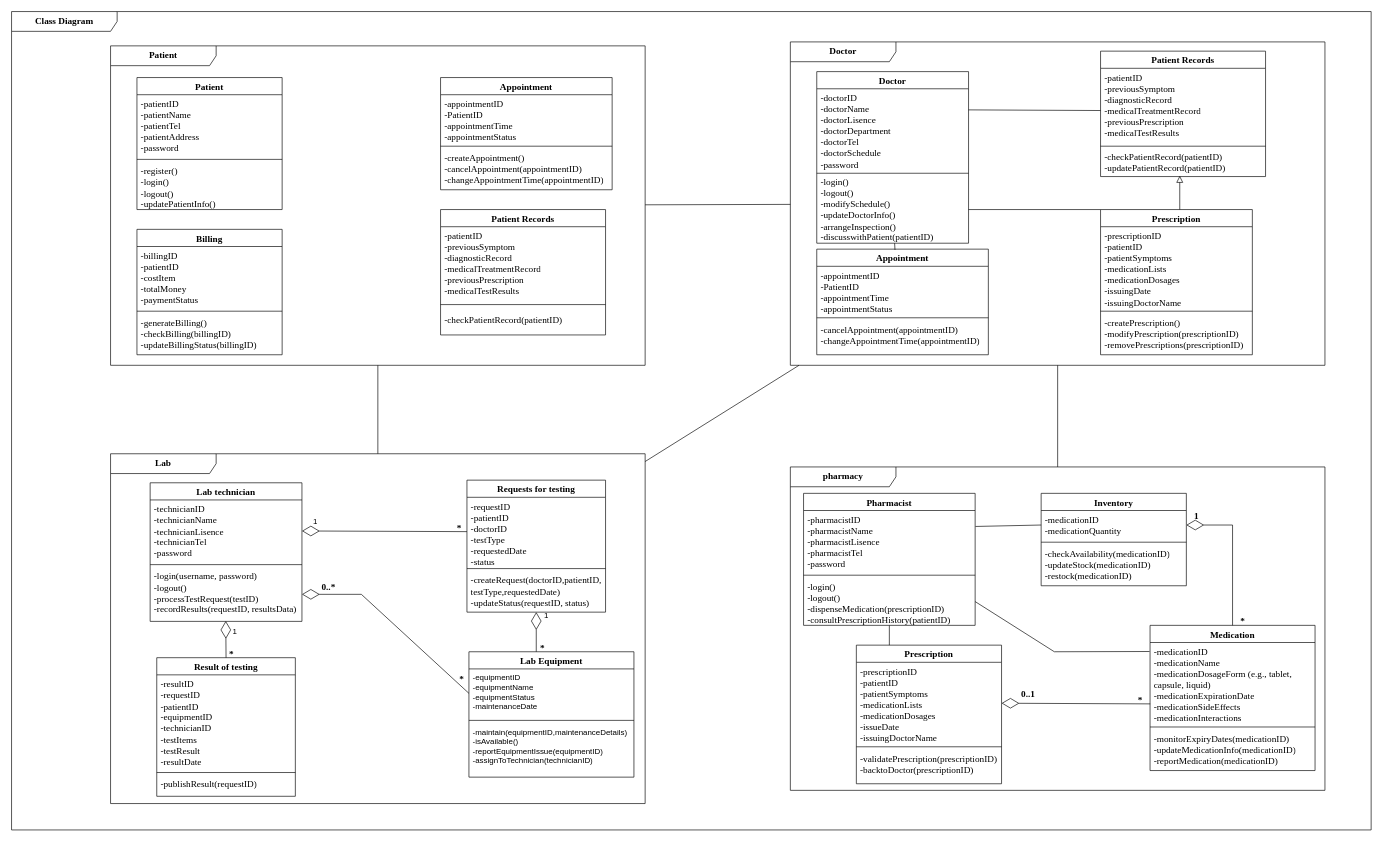
The draw.io diagram Class Diagram.drawio in FOMOKN/Software-Engineering, before the edit. Source tidied: cells renumbered, new cells numbered last; positions are measured from the earlier drawing's top-left corner, leaving out a move shared by most shapes. Both pictures are drawn from the tidied source at 66%, with x=0, y=0 at pixel (11, 11).
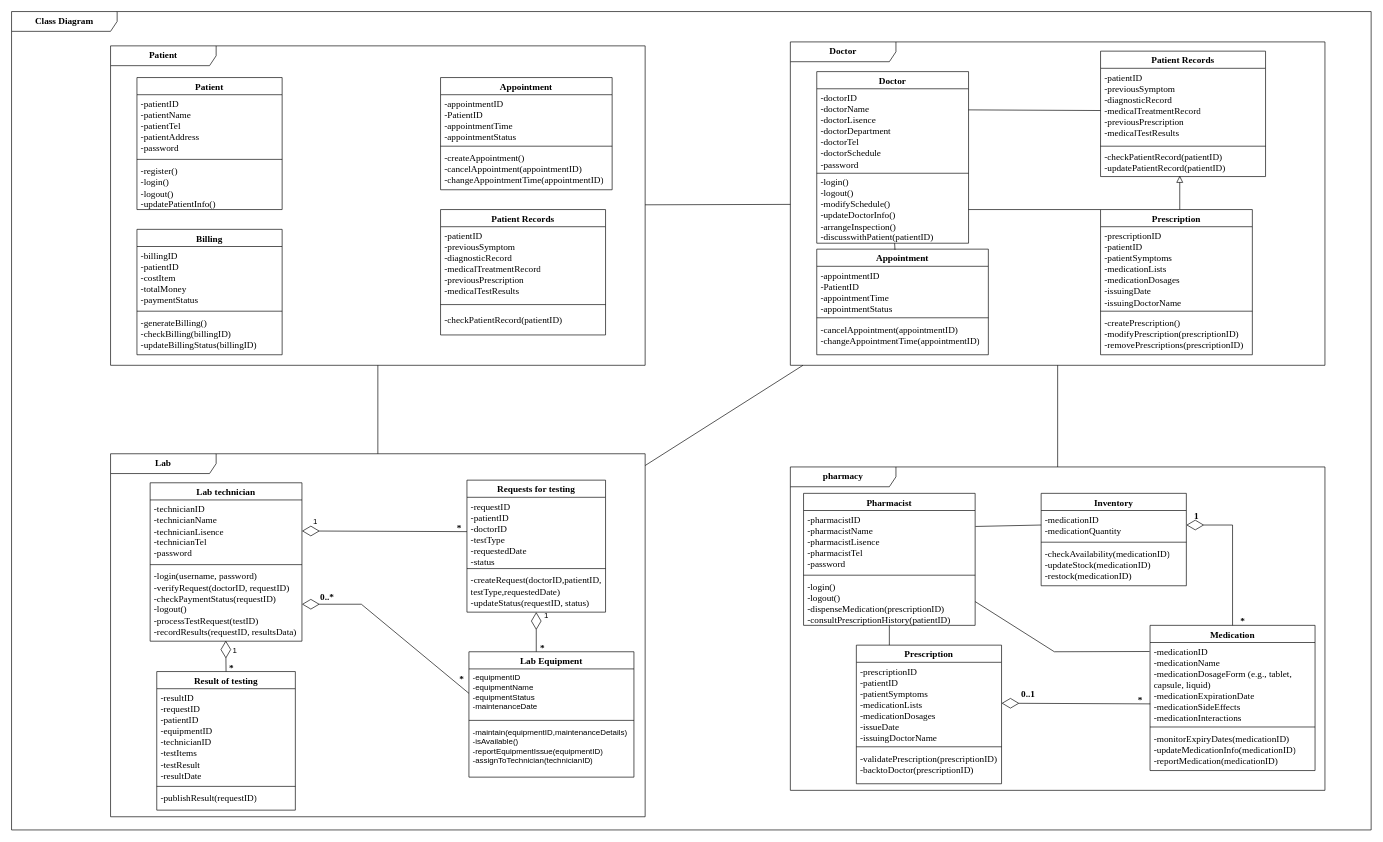
After the change.

Unchanged cells that the change refers to:
```xml
<mxCell id="2" value="&lt;font style=&quot;font-size: 14px;&quot; face=&quot;Times New Roman&quot;&gt;&lt;b&gt;Class Diagram&lt;/b&gt;&lt;/font&gt;" style="shape=umlFrame;whiteSpace=wrap;html=1;width=160;" parent="1" vertex="1">
  <mxGeometry width="2060" height="1240" as="geometry" />
</mxCell>
<mxCell id="86" value="-equipmentID&lt;br&gt;-equipmentName&lt;br&gt;-equipmentStatus&lt;br&gt;-maintenanceDate" style="text;strokeColor=none;fillColor=none;align=left;verticalAlign=top;spacingLeft=4;spacingRight=4;overflow=hidden;points=[[0,0.5],[1,0.5]];portConstraint=eastwest;whiteSpace=wrap;html=1;" parent="85" vertex="1">
  <mxGeometry y="26" width="250" height="74" as="geometry" />
</mxCell>
```

What changed in the source:
```diff
@@
     <mxCell id="71" value="&lt;b&gt;&lt;font face=&quot;Times New Roman&quot; style=&quot;font-size: 14px;&quot;&gt;Lab&lt;/font&gt;&lt;/b&gt;" style="shape=umlFrame;whiteSpace=wrap;html=1;width=160;" parent="2" vertex="1">
-      <mxGeometry x="150" y="670" width="810" height="530" as="geometry" />
+      <mxGeometry x="150" y="670" width="810" height="550" as="geometry" />
     </mxCell>
@@
     <mxCell id="73" value="0..*" style="text;html=1;align=center;verticalAlign=middle;strokeColor=none;fillColor=none;fontSize=14;fontFamily=Times New Roman;fontStyle=1;" parent="71" vertex="1">
-      <mxGeometry x="310" y="188" width="40" height="30" as="geometry" />
+      <mxGeometry x="308" y="203" width="40" height="30" as="geometry" />
     </mxCell>
@@
     <mxCell id="75" value="*" style="text;html=1;align=center;verticalAlign=middle;strokeColor=none;fillColor=none;fontFamily=Times New Roman;fontSize=14;fontStyle=1;" parent="71" vertex="1">
-      <mxGeometry x="168" y="289" width="30" height="30" as="geometry" />
+      <mxGeometry x="168" y="310" width="30" height="30" as="geometry" />
     </mxCell>
     <mxCell id="76" value="1" style="text;html=1;align=center;verticalAlign=middle;strokeColor=none;fillColor=none;" parent="71" vertex="1">
-      <mxGeometry x="173" y="254" width="30" height="30" as="geometry" />
+      <mxGeometry x="173" y="283" width="30" height="30" as="geometry" />
     </mxCell>
     <mxCell id="77" value="&lt;font face=&quot;Times New Roman&quot;&gt;&lt;span style=&quot;font-size: 14px;&quot;&gt;Result of testing&lt;/span&gt;&lt;/font&gt;" style="swimlane;fontStyle=1;align=center;verticalAlign=top;horizontal=1;startSize=26;whiteSpace=wrap;html=1;" parent="71" vertex="1">
-      <mxGeometry x="70" y="309" width="210" height="210" as="geometry" />
+      <mxGeometry x="70" y="330" width="210" height="210" as="geometry" />
     </mxCell>
@@
     <mxCell id="89" value="&lt;font style=&quot;font-size: 14px;&quot; face=&quot;Times New Roman&quot;&gt;Lab technician&lt;/font&gt;" style="swimlane;fontStyle=1;align=center;verticalAlign=top;horizontal=1;startSize=26;whiteSpace=wrap;html=1;" parent="2" vertex="1">
-      <mxGeometry x="210" y="714" width="230" height="210" as="geometry" />
+      <mxGeometry x="210" y="714" width="230" height="240" as="geometry" />
     </mxCell>
@@
-    <mxCell id="92" value="-login(username, password)&lt;br style=&quot;font-size: 14px;&quot;&gt;-logout()&lt;br&gt;&lt;div&gt;-processTestRequest(testID)&lt;/div&gt;-recordResults(requestID, resultsData)" style="text;strokeColor=none;fillColor=none;align=left;verticalAlign=top;spacingLeft=4;spacingRight=4;overflow=hidden;points=[[0,0.5],[1,0.5]];portConstraint=eastwest;whiteSpace=wrap;html=1;fontFamily=Times New Roman;fontSize=14;" parent="89" vertex="1">
-      <mxGeometry y="128" width="230" height="82" as="geometry" />
+    <mxCell id="92" value="-login(username, password)&lt;br&gt;-verifyRequest(doctorID, requestID)&lt;br&gt;-checkPaymentStatus(requestID)&lt;br style=&quot;font-size: 14px;&quot;&gt;-logout()&lt;br&gt;&lt;div&gt;-processTestRequest(testID)&lt;/div&gt;-recordResults(requestID, resultsData)" style="text;strokeColor=none;fillColor=none;align=left;verticalAlign=top;spacingLeft=4;spacingRight=4;overflow=hidden;points=[[0,0.5],[1,0.5]];portConstraint=eastwest;whiteSpace=wrap;html=1;fontFamily=Times New Roman;fontSize=14;" parent="89" vertex="1">
+      <mxGeometry y="128" width="230" height="112" as="geometry" />
     </mxCell>
     <mxCell id="93" style="endArrow=none;html=1;rounded=0;entryX=0;entryY=0.5;entryDx=0;entryDy=0;startArrow=diamondThin;startFill=0;startSize=24;" parent="2" edge="1" source="92" target="86">
       <mxGeometry relative="1" as="geometry">
         <Array as="points">
-          <mxPoint x="530" y="883" />
+          <mxPoint x="530" y="898" />
         </Array>
       </mxGeometry>
     </mxCell>
```
